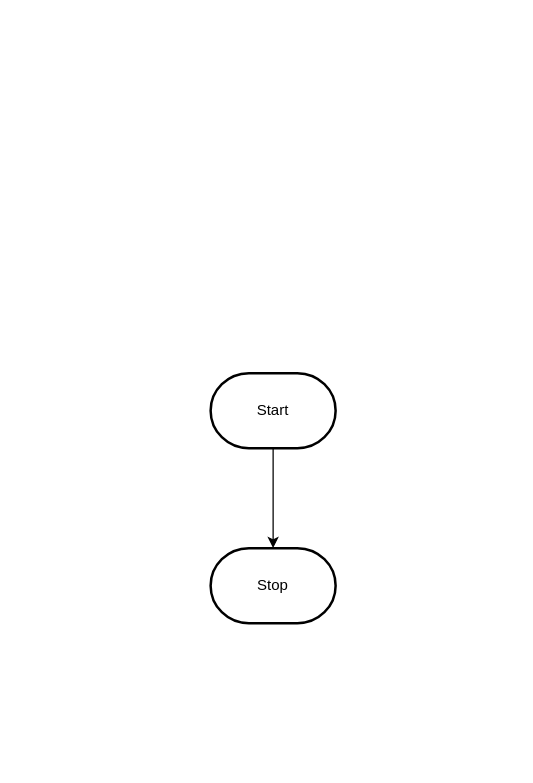
The draw.io diagram design/flowchart.drawio in MTHS-ICS2O-2-2022/ICS2O-Unit-3-04-lamees-hemdan, before the edit. Source tidied: cells renumbered, new cells numbered last; positions are measured from the earlier drawing's top-left corner, leaving out a move shared by most shapes. Both pictures are drawn from the tidied source at 125%, with x=0, y=0 at pixel (210, 372).
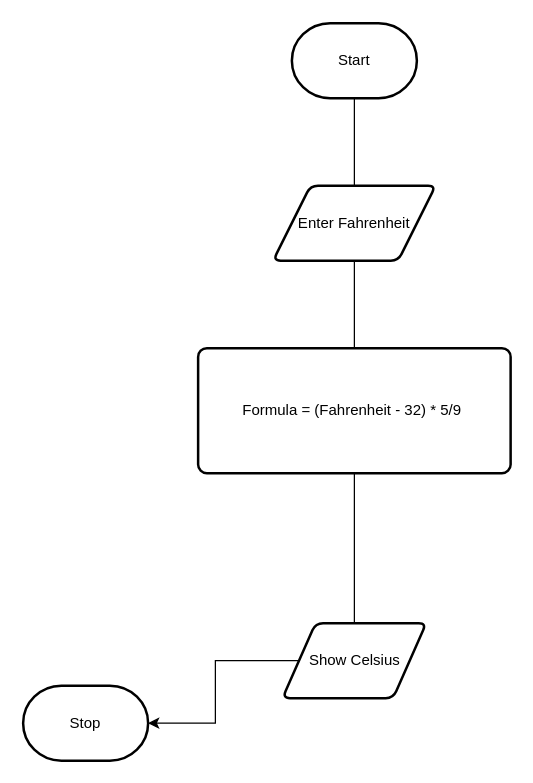
The same diagram, later.

The edit, as a diff of the source:
```diff
@@
 <mxGraphModel>
   <root>
     <mxCell id="0" />
     <mxCell id="1" parent="0" />
-    <mxCell id="2" style="edgeStyle=orthogonalEdgeStyle;html=1;rounded=0;" parent="1" edge="1" source="3" target="4">
+    <mxCell id="2" style="edgeStyle=orthogonalEdgeStyle;html=1;rounded=0;startArrow=none;" parent="1" edge="1" source="10" target="4">
       <mxGeometry relative="1" as="geometry" />
     </mxCell>
     <mxCell id="3" value="Start" style="strokeWidth=2;html=1;shape=mxgraph.flowchart.terminator;whiteSpace=wrap;" parent="1" vertex="1">
-      <mxGeometry width="100" height="60" as="geometry" />
+      <mxGeometry x="65" y="-280" width="100" height="60" as="geometry" />
     </mxCell>
     <mxCell id="4" value="Stop" style="strokeWidth=2;html=1;shape=mxgraph.flowchart.terminator;whiteSpace=wrap;" parent="1" vertex="1">
-      <mxGeometry y="140" width="100" height="60" as="geometry" />
+      <mxGeometry x="-150" y="250" width="100" height="60" as="geometry" />
     </mxCell>
+    <mxCell id="5" style="edgeStyle=orthogonalEdgeStyle;html=1;rounded=0;endArrow=none;startArrow=none;" parent="1" edge="1" source="8" target="6">
+      <mxGeometry relative="1" as="geometry" />
+    </mxCell>
+    <mxCell id="6" value="&lt;font color=&quot;#000000&quot;&gt;Formula = (Fahrenheit - 32) * 5/9&amp;nbsp;&lt;/font&gt;" style="rounded=1;whiteSpace=wrap;html=1;absoluteArcSize=1;arcSize=14;strokeWidth=2;" parent="1" vertex="1">
+      <mxGeometry x="-10" y="-20" width="250" height="100" as="geometry" />
+    </mxCell>
+    <mxCell id="7" style="edgeStyle=orthogonalEdgeStyle;html=1;rounded=0;endArrow=none;" parent="1" edge="1" source="3" target="8">
+      <mxGeometry relative="1" as="geometry" />
+    </mxCell>
+    <mxCell id="8" value="Enter Fahrenheit" style="shape=parallelogram;html=1;strokeWidth=2;perimeter=parallelogramPerimeter;whiteSpace=wrap;rounded=1;arcSize=12;size=0.23;" parent="1" vertex="1">
+      <mxGeometry x="50" y="-150" width="130" height="60" as="geometry" />
+    </mxCell>
+    <mxCell id="9" style="edgeStyle=orthogonalEdgeStyle;html=1;rounded=0;startArrow=none;endArrow=none;" parent="1" edge="1" source="6" target="10">
+      <mxGeometry relative="1" as="geometry" />
+    </mxCell>
+    <mxCell id="10" value="Show Celsius" style="shape=parallelogram;html=1;strokeWidth=2;perimeter=parallelogramPerimeter;whiteSpace=wrap;rounded=1;arcSize=12;size=0.23;" parent="1" vertex="1">
+      <mxGeometry x="57.5" y="200" width="115" height="60" as="geometry" />
+    </mxCell>
   </root>
 </mxGraphModel>
```
